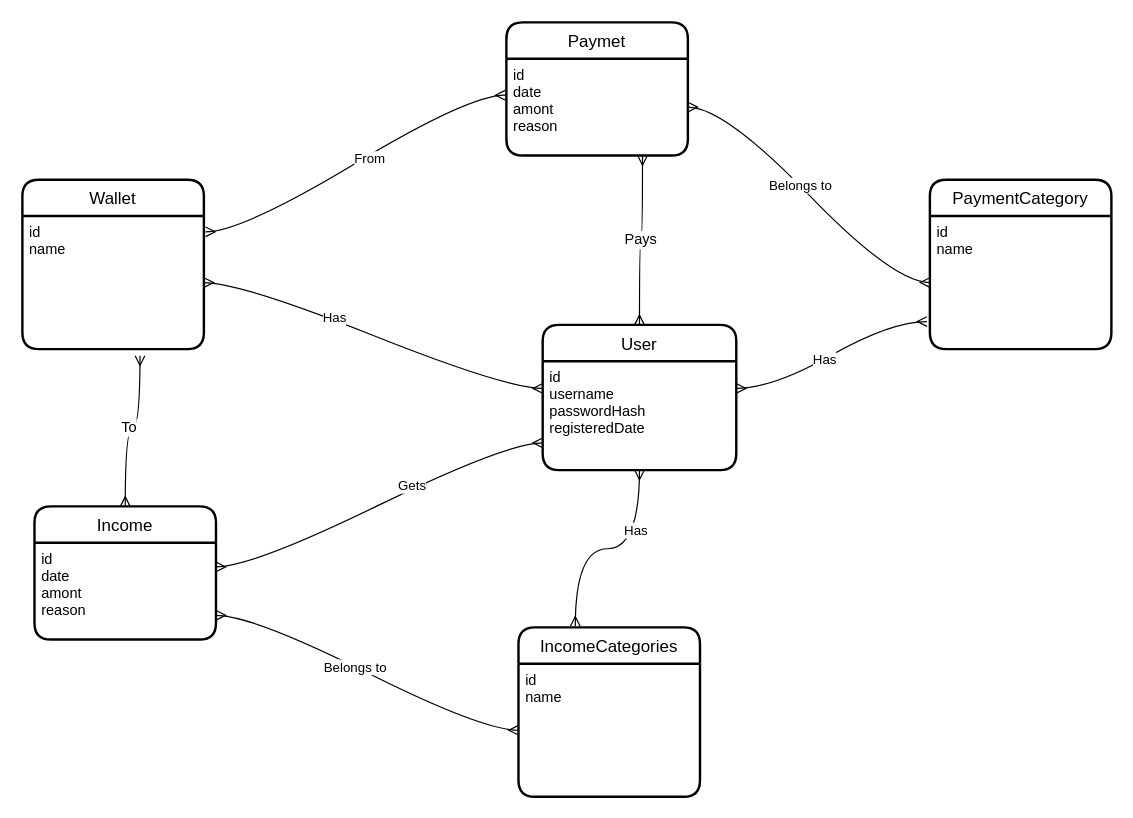
This is Data Model/Conceptual model.drawio from Shukridozom/Personal_Money_Tracker, a draw.io file, before an edit. Source tidied: cells renumbered, new cells numbered last; positions are measured from the earlier drawing's top-left corner, leaving out a move shared by most shapes. Both pictures are drawn from the tidied source at 121%, with x=0, y=0 at pixel (22, 22).
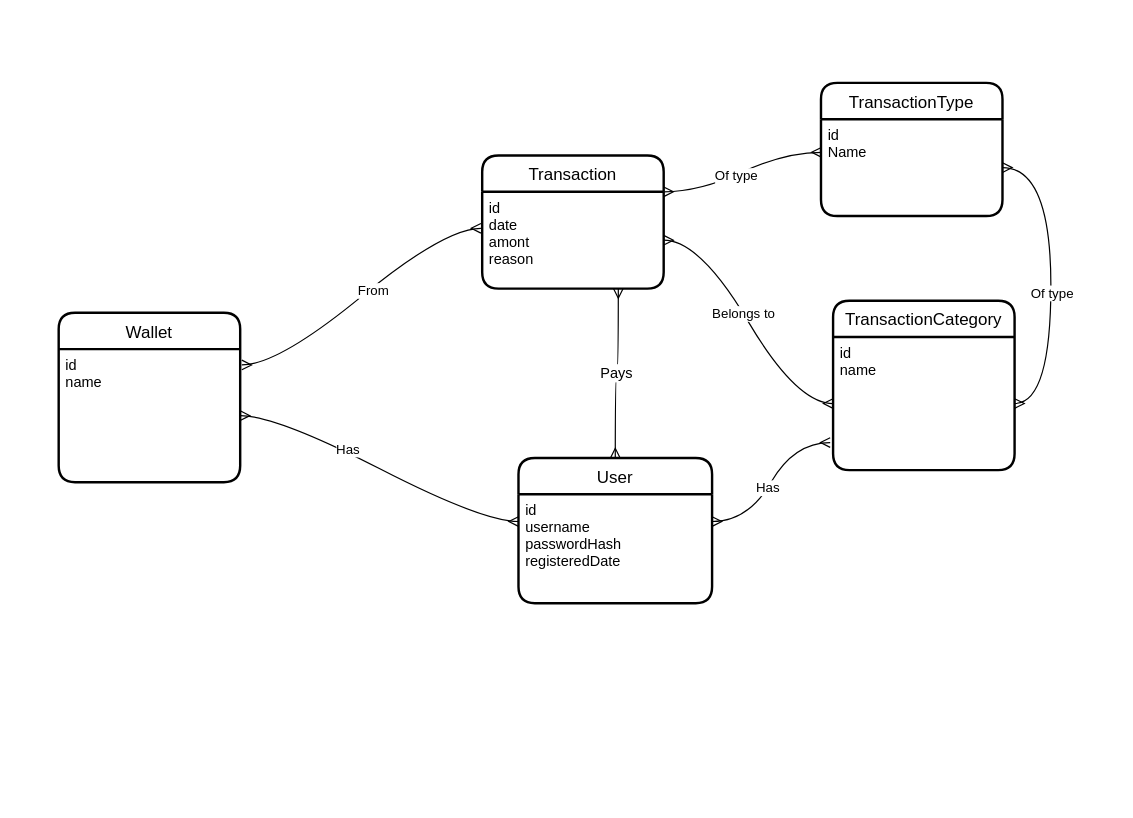
The same page after the edit.

Commit message (it also covers changes not shown here):
Changing the conceptual & logical models

Unchanged cells that the change refers to:
```xml
<mxCell id="3" value="id&#10;username&#10;passwordHash&#10;registeredDate&#10;" style="align=left;strokeColor=none;fillColor=none;spacingLeft=4;fontSize=12;verticalAlign=top;" parent="2" vertex="1">
  <mxGeometry y="30" width="160" height="90" as="geometry" />
</mxCell>
<mxCell id="9" value="id&#10;date&#10;amont&#10;reason" style="align=left;strokeColor=none;fillColor=none;spacingLeft=4;fontSize=12;verticalAlign=top;" parent="8" vertex="1">
  <mxGeometry y="30" width="150" height="80" as="geometry" />
</mxCell>
<mxCell id="15" value="id&#10;name&#10;" style="align=left;strokeColor=none;fillColor=none;spacingLeft=4;fontSize=12;verticalAlign=top;" parent="14" vertex="1">
  <mxGeometry y="30" width="150" height="110" as="geometry" />
</mxCell>
<mxCell id="23" value="id&#10;name&#10;" style="align=left;strokeColor=none;fillColor=none;spacingLeft=4;fontSize=12;verticalAlign=top;" parent="22" vertex="1">
  <mxGeometry y="30" width="150" height="110" as="geometry" />
</mxCell>
```

The edit, as a diff of the source:
```diff
@@
     <mxCell id="2" value="User" style="swimlane;horizontal=1;startSize=30;rounded=1;fontSize=14;fontStyle=0;strokeWidth=2;shadow=0;dashed=0;align=center;" parent="1" vertex="1">
-      <mxGeometry x="430" y="250" width="160" height="120" as="geometry" />
+      <mxGeometry x="410" y="360" width="160" height="120" as="geometry" />
     </mxCell>
@@
-    <mxCell id="4" value="Income" style="swimlane;horizontal=1;startSize=30;rounded=1;fontSize=14;fontStyle=0;strokeWidth=2;shadow=0;dashed=0;align=center;" parent="1" vertex="1">
-      <mxGeometry x="10" y="400" width="150" height="110" as="geometry" />
-    </mxCell>
-    <mxCell id="5" value="id&#10;date&#10;amont&#10;reason&#10;" style="align=left;strokeColor=none;fillColor=none;spacingLeft=4;fontSize=12;verticalAlign=top;" parent="4" vertex="1">
-      <mxGeometry y="30" width="150" height="80" as="geometry" />
-    </mxCell>
-    <mxCell id="6" style="edgeStyle=entityRelationEdgeStyle;fontSize=12;html=1;endArrow=ERmany;startArrow=ERmany;rounded=0;curved=1;entryX=1;entryY=0.25;entryDx=0;entryDy=0;exitX=0;exitY=0.75;exitDx=0;exitDy=0;" parent="1" edge="1" source="3" target="5">
-      <mxGeometry relative="1" as="geometry" />
-    </mxCell>
-    <mxCell id="7" value="Gets" style="edgeLabel;html=1;align=center;verticalAlign=middle;" parent="6" vertex="1">
-      <mxGeometry x="-0.21" y="-2" relative="1" as="geometry">
-        <mxPoint y="-1" as="offset" />
-      </mxGeometry>
-    </mxCell>
-    <mxCell id="8" value="Paymet" style="swimlane;horizontal=1;startSize=30;rounded=1;fontSize=14;fontStyle=0;strokeWidth=2;shadow=0;dashed=0;align=center;" parent="1" vertex="1">
-      <mxGeometry x="400" width="150" height="110" as="geometry" />
+    <mxCell id="8" value="Transaction" style="swimlane;horizontal=1;startSize=30;rounded=1;fontSize=14;fontStyle=0;strokeWidth=2;shadow=0;dashed=0;align=center;" parent="1" vertex="1">
+      <mxGeometry x="380" y="110" width="150" height="110" as="geometry" />
     </mxCell>
@@
-    <mxCell id="10" value="IncomeCategories" style="swimlane;horizontal=1;startSize=30;rounded=1;fontSize=14;fontStyle=0;strokeWidth=2;shadow=0;dashed=0;align=center;" parent="1" vertex="1">
-      <mxGeometry x="410" y="500" width="150" height="140" as="geometry" />
-    </mxCell>
-    <mxCell id="11" value="id&#10;name&#10;" style="align=left;strokeColor=none;fillColor=none;spacingLeft=4;fontSize=12;verticalAlign=top;" parent="10" vertex="1">
-      <mxGeometry y="30" width="150" height="110" as="geometry" />
-    </mxCell>
-    <mxCell id="12" style="edgeStyle=orthogonalEdgeStyle;fontSize=12;html=1;endArrow=ERmany;startArrow=ERmany;rounded=0;curved=1;exitX=0.313;exitY=-0.007;exitDx=0;exitDy=0;exitPerimeter=0;entryX=0.5;entryY=1;entryDx=0;entryDy=0;" parent="1" edge="1" source="10" target="3">
-      <mxGeometry relative="1" as="geometry" />
-    </mxCell>
-    <mxCell id="13" value="Has" style="edgeLabel;html=1;align=center;verticalAlign=middle;" parent="12" vertex="1">
-      <mxGeometry x="0.15" y="7" relative="1" as="geometry">
-        <mxPoint x="9" y="-9" as="offset" />
-      </mxGeometry>
-    </mxCell>
     <mxCell id="14" value="Wallet" style="swimlane;horizontal=1;startSize=30;rounded=1;fontSize=14;fontStyle=0;strokeWidth=2;shadow=0;dashed=0;align=center;" parent="1" vertex="1">
-      <mxGeometry y="130" width="150" height="140" as="geometry" />
+      <mxGeometry x="30" y="240" width="150" height="140" as="geometry" />
     </mxCell>
@@
-    <mxCell id="21" value="To" style="edgeStyle=orthogonalEdgeStyle;fontSize=12;html=1;endArrow=ERmany;startArrow=ERmany;rounded=1;curved=1;entryX=0.648;entryY=1.05;entryDx=0;entryDy=0;entryPerimeter=0;exitX=0.5;exitY=0;exitDx=0;exitDy=0;" parent="1" edge="1" source="4" target="15">
-      <mxGeometry relative="1" as="geometry" />
-    </mxCell>
-    <mxCell id="22" value="PaymentCategory" style="swimlane;horizontal=1;startSize=30;rounded=1;fontSize=14;fontStyle=0;strokeWidth=2;shadow=0;dashed=0;align=center;" parent="1" vertex="1">
-      <mxGeometry x="750" y="130" width="150" height="140" as="geometry" />
+    <mxCell id="22" value="TransactionCategory" style="swimlane;horizontal=1;startSize=30;rounded=1;fontSize=14;fontStyle=0;strokeWidth=2;shadow=0;dashed=0;align=center;" parent="1" vertex="1">
+      <mxGeometry x="670" y="230" width="150" height="140" as="geometry" />
     </mxCell>
@@
-    <mxCell id="24" style="edgeStyle=entityRelationEdgeStyle;fontSize=12;html=1;endArrow=ERmany;startArrow=ERmany;rounded=1;curved=1;exitX=1;exitY=0.75;exitDx=0;exitDy=0;" parent="1" edge="1" source="5" target="11">
-      <mxGeometry relative="1" as="geometry" />
-    </mxCell>
-    <mxCell id="25" value="Belongs to" style="edgeLabel;html=1;align=center;verticalAlign=middle;" parent="24" vertex="1">
-      <mxGeometry x="-0.08" relative="1" as="geometry" />
-    </mxCell>
@@
+    <mxCell id="30" value="TransactionType" style="swimlane;horizontal=1;startSize=30;rounded=1;fontSize=14;fontStyle=0;strokeWidth=2;shadow=0;dashed=0;align=center;" parent="1" vertex="1">
+      <mxGeometry x="660" y="50" width="150" height="110" as="geometry" />
+    </mxCell>
+    <mxCell id="31" value="id&#10;Name" style="align=left;strokeColor=none;fillColor=none;spacingLeft=4;fontSize=12;verticalAlign=top;" parent="30" vertex="1">
+      <mxGeometry y="30" width="150" height="80" as="geometry" />
+    </mxCell>
+    <mxCell id="32" style="edgeStyle=entityRelationEdgeStyle;fontSize=12;html=1;endArrow=ERmany;startArrow=ERmany;rounded=1;curved=1;exitX=1;exitY=0;exitDx=0;exitDy=0;entryX=0.002;entryY=0.342;entryDx=0;entryDy=0;entryPerimeter=0;" parent="1" edge="1" source="9" target="31">
+      <mxGeometry relative="1" as="geometry" />
+    </mxCell>
+    <mxCell id="33" value="Of type" style="edgeLabel;html=1;align=center;verticalAlign=middle;" parent="32" vertex="1">
+      <mxGeometry x="-0.08" relative="1" as="geometry" />
+    </mxCell>
+    <mxCell id="34" style="edgeStyle=entityRelationEdgeStyle;fontSize=12;html=1;endArrow=ERmany;startArrow=ERmany;rounded=1;curved=1;" parent="1" edge="1" source="23" target="31">
+      <mxGeometry relative="1" as="geometry" />
+    </mxCell>
+    <mxCell id="35" value="Of type" style="edgeLabel;html=1;align=center;verticalAlign=middle;" parent="34" vertex="1">
+      <mxGeometry x="-0.08" relative="1" as="geometry" />
+    </mxCell>
```
